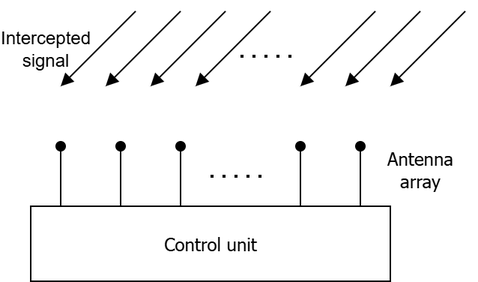
Before: 02 Introduktion, problemanalyse og problemstilling/Detecting drones/RF detectinig location.drawio.png, a diagram exported from draw.io (Scramtv/ESD_P5). Source tidied: cells renumbered, new cells last; positions are measured from the earlier drawing's top-left corner, leaving out a move shared by most shapes.
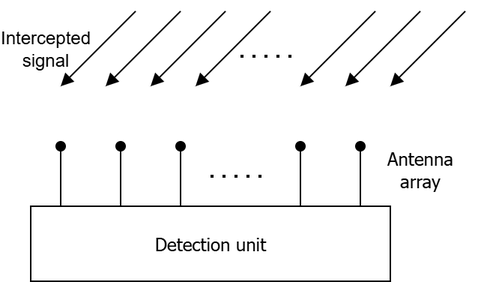
Later version of the same file.

Commit message:
Ændring i diagram til detection af drones

Specifikt RF analysis via antenna arrays

Change to the diagram source:
```diff
@@ -32,7 +32,7 @@
         <mxPoint x="200" y="90" as="targetPoint" />
       </mxGeometry>
     </mxCell>
-    <mxCell id="7" value="Control unit" style="rounded=0;whiteSpace=wrap;html=1;fontFamily=Tahoma;" parent="1" vertex="1">
+    <mxCell id="7" value="Detection unit" style="rounded=0;whiteSpace=wrap;html=1;fontFamily=Tahoma;" parent="1" vertex="1">
       <mxGeometry x="20" y="130" width="240" height="50" as="geometry" />
     </mxCell>
     <mxCell id="8" style="endArrow=oval;html=1;rounded=0;startArrow=none;startFill=0;endFill=1;" parent="1" edge="1">
```
